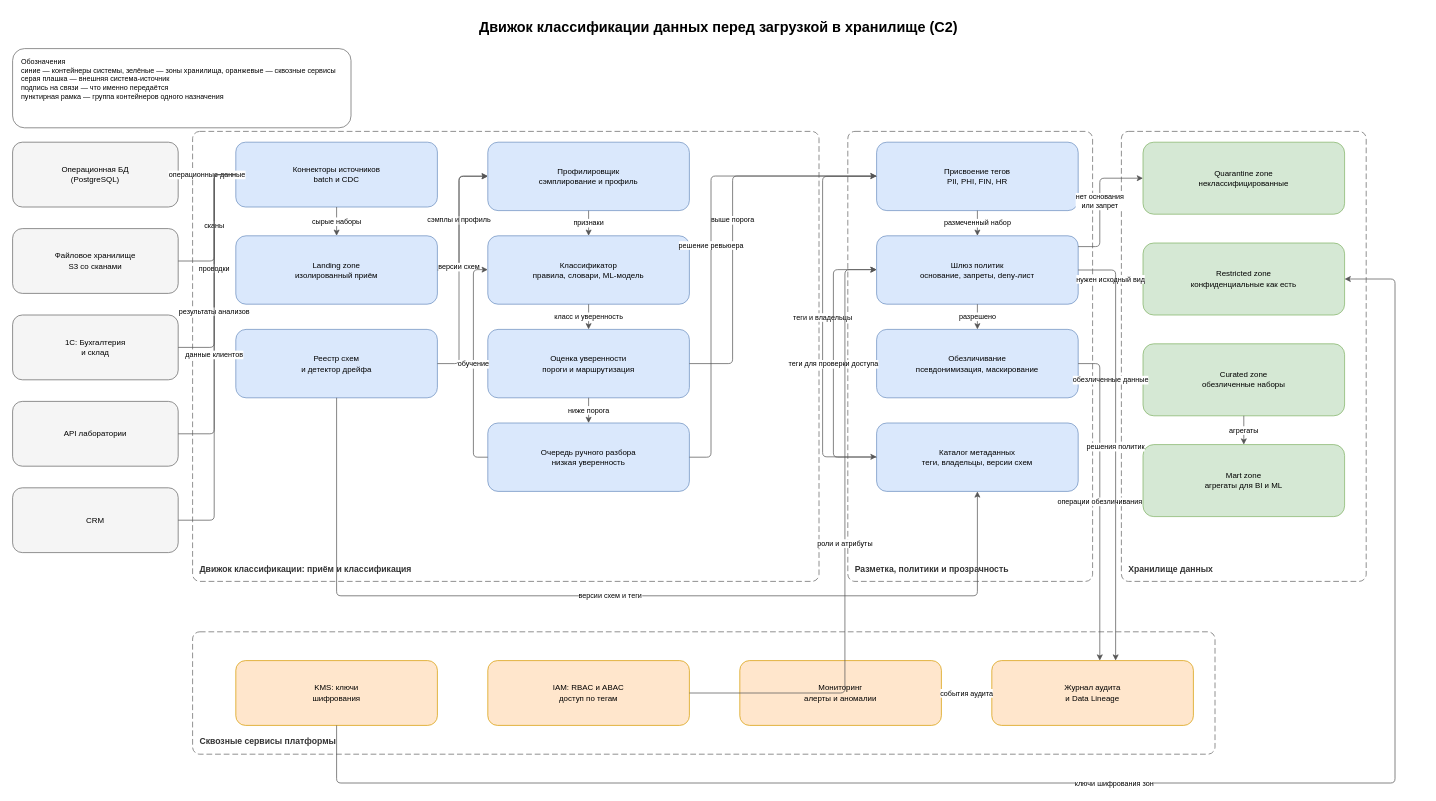
IlyaLivingstone/architecture-medikamente keeps this draw.io diagram as Task6/Диаграмма_C2_движок_классификации.drawio. Above is the earlier version. Source tidied: cells renumbered, new cells numbered last; positions are measured from the earlier drawing's top-left corner, leaving out a move shared by most shapes. Both pictures are drawn from the tidied source at 72%, with x=0, y=0 at pixel (12, 12).
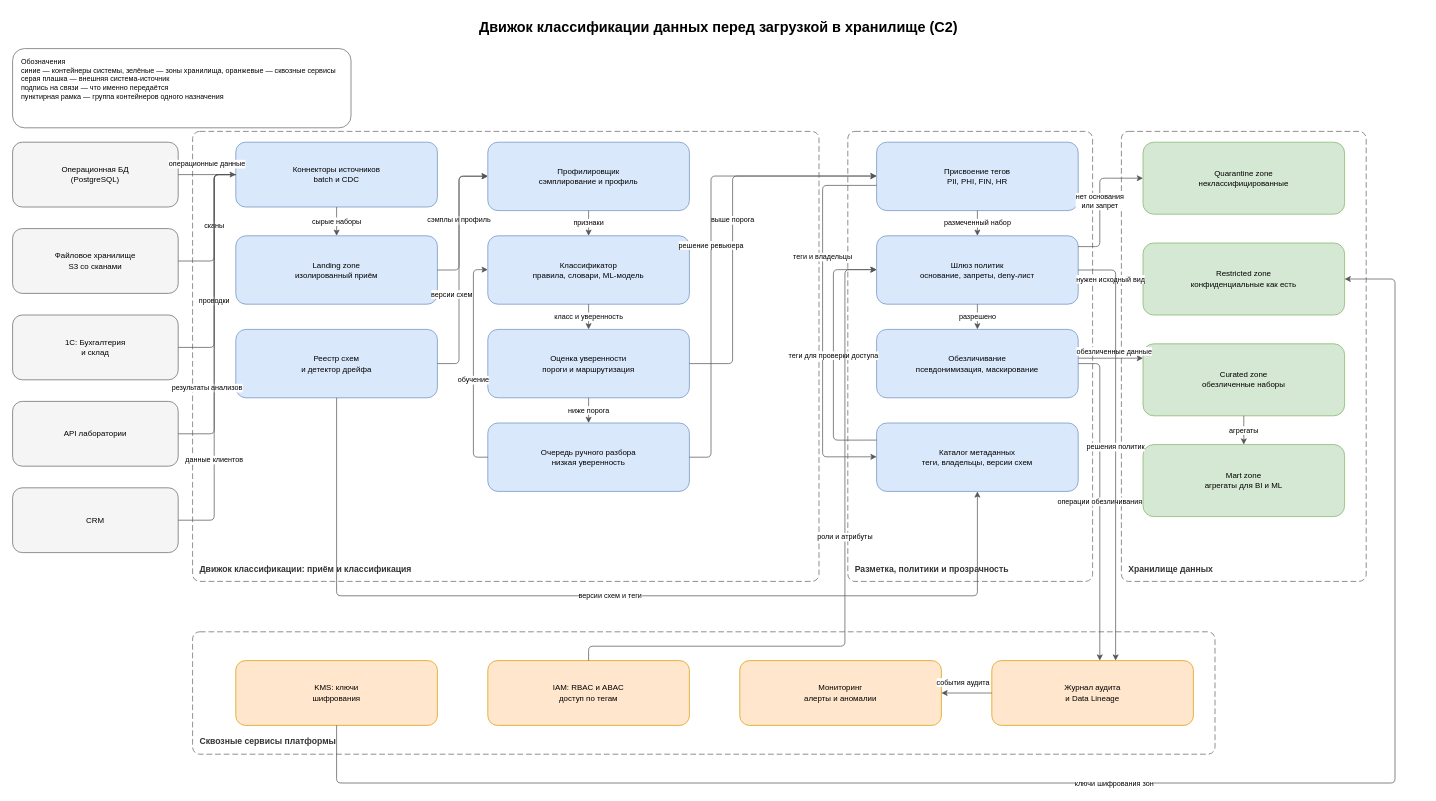
The same page after the edit.

Commit message (it also covers changes not shown here):
Задание 6: уточнены подписи и маршруты связей на схеме C2

The change refers to these unchanged cells:
```xml
<mxCell id="4" value="Операционная БД&lt;br&gt;(PostgreSQL)" style="rounded=1;whiteSpace=wrap;html=1;fillColor=#F5F5F5;strokeColor=#666666;fontSize=11;" parent="1" vertex="1">
  <mxGeometry y="180" width="230" height="90" as="geometry" />
</mxCell>
<mxCell id="6" value="1С: Бухгалтерия&lt;br&gt;и склад" style="rounded=1;whiteSpace=wrap;html=1;fillColor=#F5F5F5;strokeColor=#666666;fontSize=11;" parent="1" vertex="1">
  <mxGeometry y="420" width="230" height="90" as="geometry" />
</mxCell>
<mxCell id="7" value="API лаборатории" style="rounded=1;whiteSpace=wrap;html=1;fillColor=#F5F5F5;strokeColor=#666666;fontSize=11;" parent="1" vertex="1">
  <mxGeometry y="540" width="230" height="90" as="geometry" />
</mxCell>
<mxCell id="8" value="CRM" style="rounded=1;whiteSpace=wrap;html=1;fillColor=#F5F5F5;strokeColor=#666666;fontSize=11;" parent="1" vertex="1">
  <mxGeometry y="660" width="230" height="90" as="geometry" />
</mxCell>
<mxCell id="10" value="Коннекторы источников&lt;br&gt;batch и CDC" style="rounded=1;whiteSpace=wrap;html=1;fillColor=#DAE8FC;strokeColor=#6C8EBF;fontSize=11;" parent="1" vertex="1">
  <mxGeometry x="310" y="180" width="280" height="90" as="geometry" />
</mxCell>
<mxCell id="12" value="Реестр схем&lt;br&gt;и детектор дрейфа" style="rounded=1;whiteSpace=wrap;html=1;fillColor=#DAE8FC;strokeColor=#6C8EBF;fontSize=11;" parent="1" vertex="1">
  <mxGeometry x="310" y="440" width="280" height="95" as="geometry" />
</mxCell>
<mxCell id="13" value="Профилировщик&lt;br&gt;сэмплирование и профиль" style="rounded=1;whiteSpace=wrap;html=1;fillColor=#DAE8FC;strokeColor=#6C8EBF;fontSize=11;" parent="1" vertex="1">
  <mxGeometry x="660" y="180" width="280" height="95" as="geometry" />
</mxCell>
<mxCell id="14" value="Классификатор&lt;br&gt;правила, словари, ML-модель" style="rounded=1;whiteSpace=wrap;html=1;fillColor=#DAE8FC;strokeColor=#6C8EBF;fontSize=11;" parent="1" vertex="1">
  <mxGeometry x="660" y="310" width="280" height="95" as="geometry" />
</mxCell>
<mxCell id="16" value="Очередь ручного разбора&lt;br&gt;низкая уверенность" style="rounded=1;whiteSpace=wrap;html=1;fillColor=#DAE8FC;strokeColor=#6C8EBF;fontSize=11;" parent="1" vertex="1">
  <mxGeometry x="660" y="570" width="280" height="95" as="geometry" />
</mxCell>
<mxCell id="18" value="Присвоение тегов&lt;br&gt;PII, PHI, FIN, HR" style="rounded=1;whiteSpace=wrap;html=1;fillColor=#DAE8FC;strokeColor=#6C8EBF;fontSize=11;" parent="1" vertex="1">
  <mxGeometry x="1200" y="180" width="280" height="95" as="geometry" />
</mxCell>
<mxCell id="19" value="Шлюз политик&lt;br&gt;основание, запреты, deny-лист" style="rounded=1;whiteSpace=wrap;html=1;fillColor=#DAE8FC;strokeColor=#6C8EBF;fontSize=11;" parent="1" vertex="1">
  <mxGeometry x="1200" y="310" width="280" height="95" as="geometry" />
</mxCell>
<mxCell id="20" value="Обезличивание&lt;br&gt;псевдонимизация, маскирование" style="rounded=1;whiteSpace=wrap;html=1;fillColor=#DAE8FC;strokeColor=#6C8EBF;fontSize=11;" parent="1" vertex="1">
  <mxGeometry x="1200" y="440" width="280" height="95" as="geometry" />
</mxCell>
<mxCell id="21" value="Каталог метаданных&lt;br&gt;теги, владельцы, версии схем" style="rounded=1;whiteSpace=wrap;html=1;fillColor=#DAE8FC;strokeColor=#6C8EBF;fontSize=11;" parent="1" vertex="1">
  <mxGeometry x="1200" y="570" width="280" height="95" as="geometry" />
</mxCell>
<mxCell id="25" value="Curated zone&lt;br&gt;обезличенные наборы" style="rounded=1;whiteSpace=wrap;html=1;fillColor=#D5E8D4;strokeColor=#82B366;fontSize=11;" parent="1" vertex="1">
  <mxGeometry x="1570" y="460" width="280" height="100" as="geometry" />
</mxCell>
<mxCell id="29" value="IAM: RBAC и ABAC&lt;br&gt;доступ по тегам" style="rounded=1;whiteSpace=wrap;html=1;fillColor=#FFE6CC;strokeColor=#D79B00;fontSize=11;" parent="1" vertex="1">
  <mxGeometry x="660" y="900" width="280" height="90" as="geometry" />
</mxCell>
<mxCell id="30" value="Мониторинг&lt;br&gt;алерты и аномалии" style="rounded=1;whiteSpace=wrap;html=1;fillColor=#FFE6CC;strokeColor=#D79B00;fontSize=11;" parent="1" vertex="1">
  <mxGeometry x="1010" y="900" width="280" height="90" as="geometry" />
</mxCell>
<mxCell id="31" value="Журнал аудита&lt;br&gt;и Data Lineage" style="rounded=1;whiteSpace=wrap;html=1;fillColor=#FFE6CC;strokeColor=#D79B00;fontSize=11;" parent="1" vertex="1">
  <mxGeometry x="1360" y="900" width="280" height="90" as="geometry" />
</mxCell>
```

Diff of the diagram source:
```diff
@@
     <mxCell id="32" value="операционные данные" style="html=1;endArrow=classic;rounded=1;edgeStyle=orthogonalEdgeStyle;jettySize=auto;arcSize=12;strokeColor=#555555;fontSize=10;labelBackgroundColor=#ffffff;" parent="1" edge="1" source="4" target="10">
-      <mxGeometry relative="1" as="geometry" />
+      <mxGeometry y="15" relative="1" as="geometry" />
     </mxCell>
@@
     <mxCell id="34" value="проводки" style="html=1;endArrow=none;rounded=1;edgeStyle=orthogonalEdgeStyle;jettySize=auto;arcSize=12;strokeColor=#555555;fontSize=10;labelBackgroundColor=#ffffff;" parent="1" edge="1" source="6" target="10">
-      <mxGeometry relative="1" as="geometry">
+      <mxGeometry x="-0.28" relative="1" as="geometry">
         <Array as="points">
           <mxPoint x="280" y="465" />
           <mxPoint x="280" y="225" />
         </Array>
       </mxGeometry>
     </mxCell>
     <mxCell id="35" value="результаты анализов" style="html=1;endArrow=none;rounded=1;edgeStyle=orthogonalEdgeStyle;jettySize=auto;arcSize=12;strokeColor=#555555;fontSize=10;labelBackgroundColor=#ffffff;" parent="1" edge="1" source="7" target="10">
-      <mxGeometry relative="1" as="geometry">
+      <mxGeometry x="-0.48" y="10" relative="1" as="geometry">
         <Array as="points">
           <mxPoint x="280" y="585" />
           <mxPoint x="280" y="225" />
         </Array>
       </mxGeometry>
     </mxCell>
     <mxCell id="36" value="данные клиентов" style="html=1;endArrow=none;rounded=1;edgeStyle=orthogonalEdgeStyle;jettySize=auto;arcSize=12;strokeColor=#555555;fontSize=10;labelBackgroundColor=#ffffff;" parent="1" edge="1" source="8" target="10">
-      <mxGeometry relative="1" as="geometry">
+      <mxGeometry x="-0.52" relative="1" as="geometry">
         <Array as="points">
           <mxPoint x="280" y="705" />
           <mxPoint x="280" y="225" />
         </Array>
       </mxGeometry>
     </mxCell>
@@
     <mxCell id="39" value="версии схем" style="html=1;endArrow=classic;rounded=1;edgeStyle=orthogonalEdgeStyle;jettySize=auto;arcSize=12;strokeColor=#555555;fontSize=10;labelBackgroundColor=#ffffff;" parent="1" edge="1" source="12" target="13">
-      <mxGeometry relative="1" as="geometry">
+      <mxGeometry x="-0.23" y="10" relative="1" as="geometry">
         <Array as="points">
           <mxPoint x="620" y="487" />
           <mxPoint x="620" y="227" />
         </Array>
       </mxGeometry>
     </mxCell>
@@
     <mxCell id="45" value="обучение" style="html=1;endArrow=classic;rounded=1;edgeStyle=orthogonalEdgeStyle;jettySize=auto;arcSize=12;strokeColor=#555555;fontSize=10;labelBackgroundColor=#ffffff;" parent="1" edge="1" source="16" target="14">
-      <mxGeometry relative="1" as="geometry">
+      <mxGeometry x="-0.15" relative="1" as="geometry">
         <Array as="points">
           <mxPoint x="640" y="617" />
           <mxPoint x="640" y="357" />
         </Array>
       </mxGeometry>
     </mxCell>
@@
     <mxCell id="50" value="обезличенные данные" style="html=1;endArrow=classic;rounded=1;edgeStyle=orthogonalEdgeStyle;jettySize=auto;arcSize=12;strokeColor=#555555;fontSize=10;labelBackgroundColor=#ffffff;" parent="1" edge="1" source="20" target="25">
-      <mxGeometry relative="1" as="geometry">
+      <mxGeometry x="0.11" y="10" relative="1" as="geometry">
         <Array as="points">
-          <mxPoint x="1510" y="510" />
+          <mxPoint x="1530" y="480" />
+          <mxPoint x="1530" y="480" />
         </Array>
       </mxGeometry>
     </mxCell>
@@
     <mxCell id="53" value="теги и владельцы" style="html=1;endArrow=classic;rounded=1;edgeStyle=orthogonalEdgeStyle;jettySize=auto;arcSize=12;strokeColor=#555555;fontSize=10;labelBackgroundColor=#ffffff;" parent="1" edge="1" source="18" target="21">
-      <mxGeometry relative="1" as="geometry">
+      <mxGeometry x="-0.34" relative="1" as="geometry">
         <Array as="points">
-          <mxPoint x="1125" y="227" />
+          <mxPoint x="1125" y="240" />
           <mxPoint x="1125" y="617" />
         </Array>
       </mxGeometry>
     </mxCell>
@@
-    <mxCell id="56" value="теги для проверки доступа" style="html=1;endArrow=classic;rounded=1;edgeStyle=orthogonalEdgeStyle;jettySize=auto;arcSize=12;strokeColor=#555555;fontSize=10;labelBackgroundColor=#ffffff;" parent="1" edge="1" source="21" target="19">
+    <mxCell id="56" value="теги для проверки доступа" style="html=1;endArrow=classic;rounded=1;edgeStyle=orthogonalEdgeStyle;jettySize=auto;arcSize=12;strokeColor=#555555;fontSize=10;labelBackgroundColor=#ffffff;exitX=0;exitY=0.25;exitDx=0;exitDy=0;" parent="1" edge="1" source="21" target="19">
       <mxGeometry relative="1" as="geometry">
         <Array as="points">
-          <mxPoint x="1140" y="617" />
+          <mxPoint x="1140" y="593.8" />
           <mxPoint x="1140" y="357" />
         </Array>
       </mxGeometry>
     </mxCell>
     <mxCell id="57" value="роли и атрибуты" style="html=1;endArrow=classic;rounded=1;edgeStyle=orthogonalEdgeStyle;jettySize=auto;arcSize=12;strokeColor=#555555;fontSize=10;labelBackgroundColor=#ffffff;" parent="1" edge="1" source="29" target="19">
-      <mxGeometry relative="1" as="geometry">
+      <mxGeometry x="0.12" relative="1" as="geometry">
         <Array as="points">
-          <mxPoint x="1156" y="945" />
+          <mxPoint x="800" y="880" />
+          <mxPoint x="1156" y="880" />
           <mxPoint x="1156" y="357" />
         </Array>
       </mxGeometry>
     </mxCell>
@@
     <mxCell id="59" value="события аудита" style="html=1;endArrow=classic;rounded=1;edgeStyle=orthogonalEdgeStyle;jettySize=auto;arcSize=12;strokeColor=#555555;fontSize=10;labelBackgroundColor=#ffffff;" parent="1" edge="1" source="31" target="30">
-      <mxGeometry relative="1" as="geometry" />
+      <mxGeometry x="0.14" y="-15" relative="1" as="geometry" />
     </mxCell>
```
